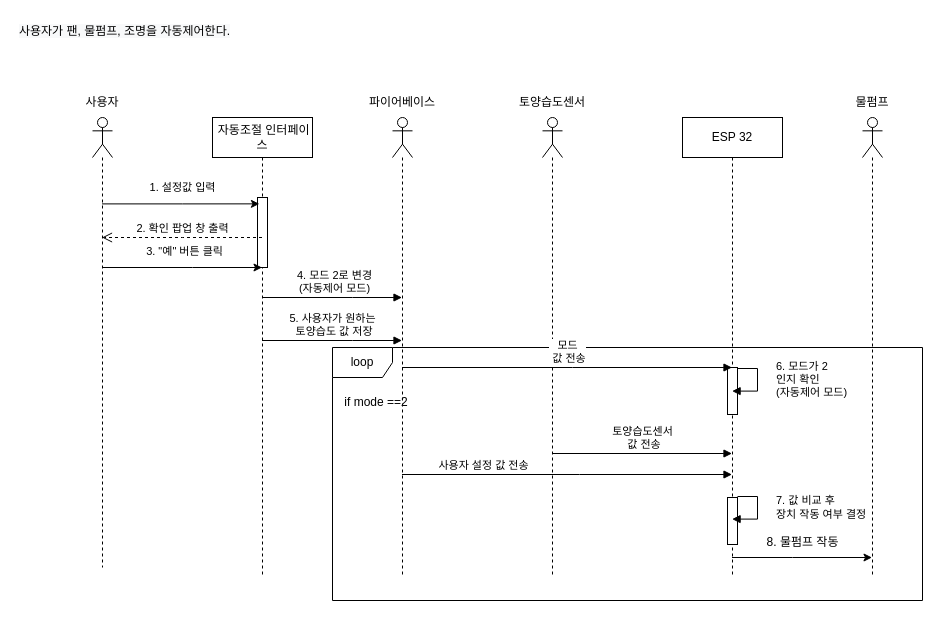
The draw.io diagram 5주차/시퀀스 다이어그램/auto_sqd.drawio in sonmyungwon/Software-Development, before the edit. Source tidied: cells renumbered, new cells numbered last; positions are measured from the earlier drawing's top-left corner, leaving out a move shared by most shapes. Both pictures are drawn from the tidied source at 100%, with x=0, y=0 at pixel (17, 17).
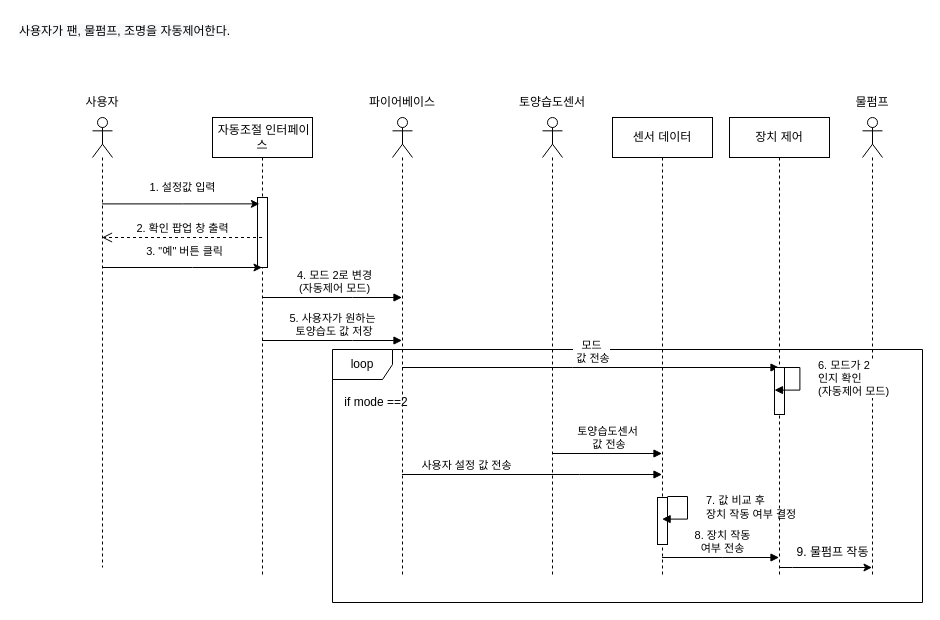
The same diagram, later.

Unchanged cells that the change refers to:
```xml
<mxCell id="13" style="shape=umlLifeline;participant=umlActor;perimeter=lifelinePerimeter;whiteSpace=wrap;html=1;verticalAlign=top;spacingTop=36;outlineConnect=0;" parent="1" vertex="1">
  <mxGeometry x="845" y="100" width="20" height="460" as="geometry" />
</mxCell>
<mxCell id="14" style="shape=umlLifeline;participant=umlActor;perimeter=lifelinePerimeter;whiteSpace=wrap;html=1;verticalAlign=top;spacingTop=36;outlineConnect=0;" parent="1" vertex="1">
  <mxGeometry x="375" y="100" width="20" height="460" as="geometry" />
</mxCell>
```

Diff of the diagram source:
```diff
@@
     <mxCell id="3" value="loop" style="shape=umlFrame;whiteSpace=wrap;html=1;" parent="1" vertex="1">
-      <mxGeometry x="315" y="330" width="590" height="253" as="geometry" />
+      <mxGeometry x="315" y="332" width="590" height="253" as="geometry" />
     </mxCell>
@@
-    <mxCell id="6" value="ESP 32" style="shape=umlLifeline;perimeter=lifelinePerimeter;whiteSpace=wrap;html=1;outlineConnect=0;" parent="1" vertex="1">
-      <mxGeometry x="665" y="100" width="100" height="460" as="geometry" />
+    <mxCell id="6" value="센서 데이터" style="shape=umlLifeline;perimeter=lifelinePerimeter;whiteSpace=wrap;html=1;outlineConnect=0;" parent="1" vertex="1">
+      <mxGeometry x="595" y="100" width="100" height="460" as="geometry" />
     </mxCell>
@@
-    <mxCell id="9" style="html=1;perimeter=orthogonalPerimeter;" parent="6" vertex="1">
-      <mxGeometry x="45" y="250" width="10" height="47" as="geometry" />
-    </mxCell>
@@
-    <mxCell id="11" value="토양습도센서&lt;br&gt;&amp;nbsp;값 전송" style="html=1;verticalAlign=bottom;endArrow=block;rounded=0;" parent="1" edge="1">
+    <mxCell id="11" value="토양습도센서&lt;br&gt;&amp;nbsp;값 전송" style="html=1;verticalAlign=bottom;endArrow=block;rounded=0;" parent="1" edge="1" target="6">
       <mxGeometry relative="1" as="geometry">
         <mxPoint x="534.5" y="436" as="sourcePoint" />
-        <mxPoint x="714.5" y="436" as="targetPoint" />
       </mxGeometry>
     </mxCell>
-    <mxCell id="12" value="사용자 설정 값 전송" style="html=1;verticalAlign=bottom;endArrow=block;rounded=0;" parent="1" edge="1">
+    <mxCell id="12" value="사용자 설정 값 전송" style="html=1;verticalAlign=bottom;endArrow=block;rounded=0;" parent="1" edge="1" target="6">
       <mxGeometry x="-0.51" relative="1" as="geometry">
         <mxPoint x="384.5" y="457" as="sourcePoint" />
-        <mxPoint x="714.5" y="457" as="targetPoint" />
         <Array as="points">
           <mxPoint x="562" y="457" />
         </Array>
       </mxGeometry>
     </mxCell>
@@
-    <mxCell id="20" style="endArrow=classic;html=1;rounded=0;" parent="1" edge="1" source="6" target="13">
+    <mxCell id="20" style="endArrow=classic;html=1;rounded=0;" parent="1" edge="1" source="30" target="13">
       <mxGeometry relative="1" as="geometry">
         <Array as="points">
-          <mxPoint x="775" y="540" />
+          <mxPoint x="775" y="550" />
         </Array>
       </mxGeometry>
     </mxCell>
@@
-    <mxCell id="23" value="8. 물펌프 작동" style="text;html=1;align=center;verticalAlign=middle;strokeColor=none;fillColor=none;" parent="1" vertex="1">
-      <mxGeometry x="735" y="510" width="100" height="30" as="geometry" />
+    <mxCell id="23" value="9. 물펌프 작동" style="text;html=1;align=center;verticalAlign=middle;strokeColor=none;fillColor=none;" parent="1" vertex="1">
+      <mxGeometry x="765" y="520" width="100" height="30" as="geometry" />
     </mxCell>
@@
-    <mxCell id="28" value="모드&lt;br&gt;&amp;nbsp;값 전송" style="html=1;verticalAlign=bottom;endArrow=block;rounded=0;" parent="1" edge="1" source="14" target="6">
+    <mxCell id="28" value="모드&lt;br&gt;&amp;nbsp;값 전송" style="html=1;verticalAlign=bottom;endArrow=block;rounded=0;" parent="1" edge="1" source="14" target="30">
       <mxGeometry relative="1" as="geometry">
         <Array as="points">
           <mxPoint x="555" y="350" />
         </Array>
       </mxGeometry>
     </mxCell>
+    <mxCell id="30" value="장치 제어" style="shape=umlLifeline;perimeter=lifelinePerimeter;whiteSpace=wrap;html=1;outlineConnect=0;" parent="1" vertex="1">
+      <mxGeometry x="712" y="100" width="100" height="460" as="geometry" />
+    </mxCell>
+    <mxCell id="9" style="html=1;perimeter=orthogonalPerimeter;" parent="30" vertex="1">
+      <mxGeometry x="45" y="250" width="10" height="47" as="geometry" />
+    </mxCell>
-    <mxCell id="29" value="6. 모드가 2&lt;br&gt;인지 확인&lt;br&gt;(자동제어 모드)&lt;br&gt;" style="edgeStyle=orthogonalEdgeStyle;html=1;align=left;spacingLeft=2;endArrow=block;rounded=0;entryX=0.96;entryY=1.022;entryDx=0;entryDy=0;entryPerimeter=0;" parent="1" edge="1">
+    <mxCell id="29" value="6. 모드가 2&lt;br&gt;인지 확인&lt;br&gt;(자동제어 모드)&lt;br&gt;" style="edgeStyle=orthogonalEdgeStyle;html=1;align=left;spacingLeft=2;endArrow=block;rounded=0;entryX=0.96;entryY=1.022;entryDx=0;entryDy=0;entryPerimeter=0;" parent="30" edge="1">
       <mxGeometry x="-0.09" y="15" relative="1" as="geometry">
-        <mxPoint x="720" y="351" as="sourcePoint" />
-        <mxPoint x="714.6" y="373.6" as="targetPoint" />
+        <mxPoint x="50.4" y="250" as="sourcePoint" />
+        <mxPoint x="45" y="272.6" as="targetPoint" />
         <Array as="points">
-          <mxPoint x="720" y="351" />
-          <mxPoint x="740" y="351" />
-          <mxPoint x="740" y="374" />
+          <mxPoint x="50.4" y="250" />
+          <mxPoint x="70.4" y="250" />
+          <mxPoint x="70.4" y="273" />
         </Array>
       </mxGeometry>
     </mxCell>
+    <mxCell id="31" value="8. 장치 작동&lt;br&gt;여부 전송" style="html=1;verticalAlign=bottom;endArrow=block;rounded=0;" parent="1" edge="1" source="6" target="30">
+      <mxGeometry x="0.03" relative="1" as="geometry">
+        <Array as="points">
+          <mxPoint x="705" y="540" />
+        </Array>
+      </mxGeometry>
+    </mxCell>
```
